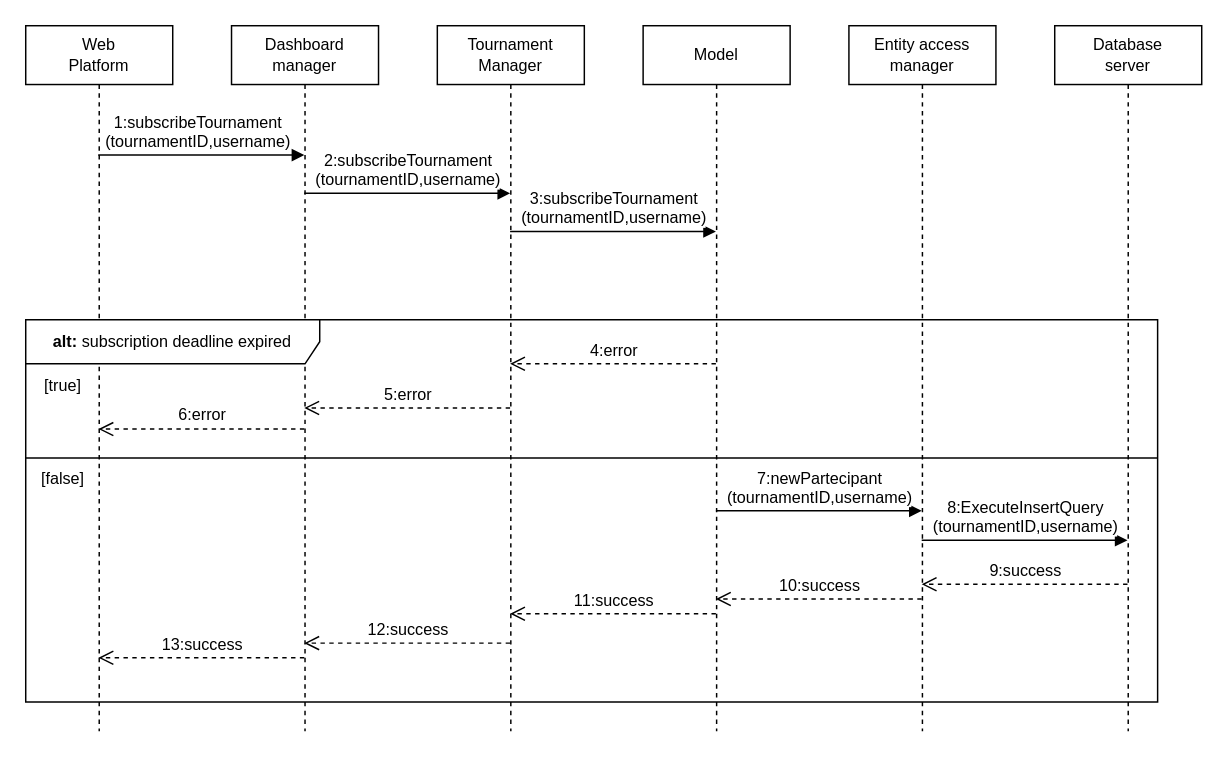
The draw.io diagram page "SubscribeTournament" (9 of 18) of diagrams/Runtime diagrams/RuntimeDiagrams.drawio in mttcrn/software-engineering-II-project, before the edit. Source tidied: cells renumbered, new cells numbered last; positions are measured from the earlier drawing's top-left corner, leaving out a move shared by most shapes. Both pictures are drawn from the tidied source at 147%, with x=0, y=0 at pixel (25, 25).
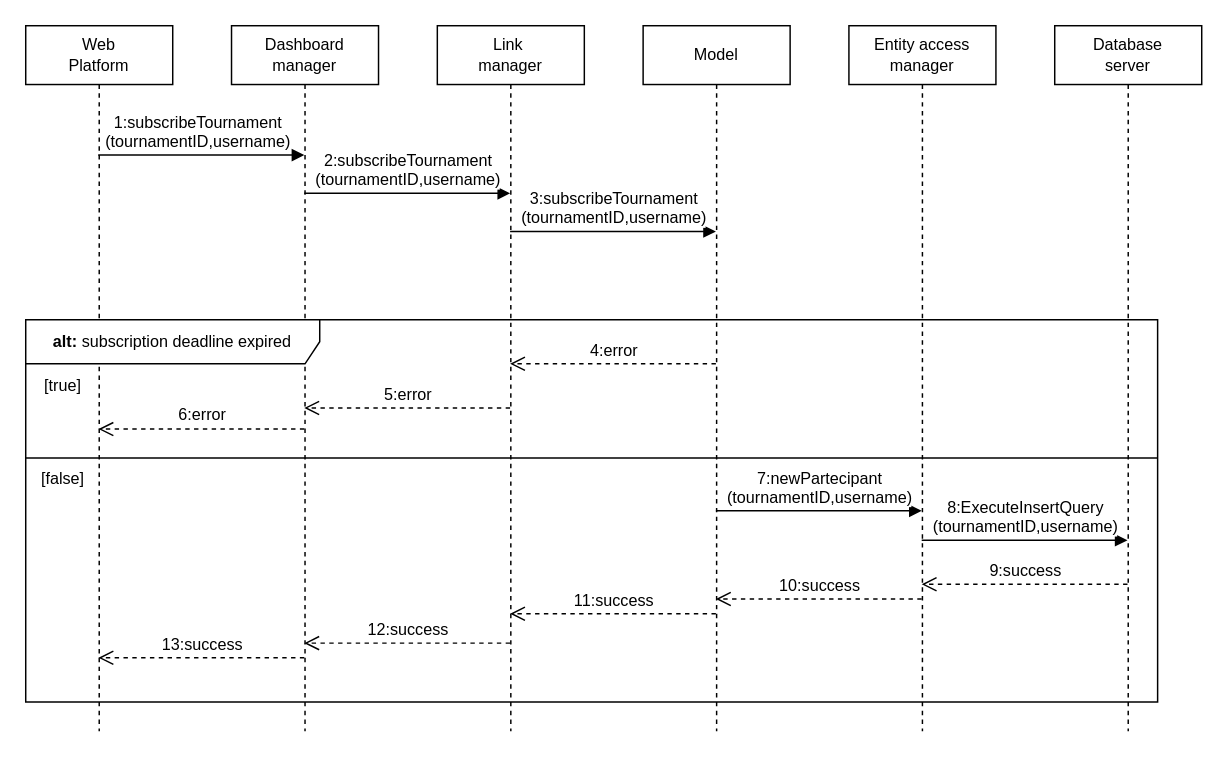
Above is the later version.

Diff of the diagram source:
```diff
@@
-    <mxCell id="6" value="Tournament&lt;br style=&quot;font-size: 11px;&quot;&gt;Manager" style="shape=umlLifeline;perimeter=lifelinePerimeter;whiteSpace=wrap;html=1;outlineConnect=0;portConstraint=eastwest;newEdgeStyle={&quot;curved&quot;:0,&quot;rounded&quot;:0};fontSize=11;" parent="1" vertex="1">
+    <mxCell id="6" value="Link&amp;nbsp;&lt;br&gt;manager" style="shape=umlLifeline;perimeter=lifelinePerimeter;whiteSpace=wrap;html=1;outlineConnect=0;portConstraint=eastwest;newEdgeStyle={&quot;curved&quot;:0,&quot;rounded&quot;:0};fontSize=11;" parent="1" vertex="1">
       <mxGeometry x="280" width="100" height="480" as="geometry" />
     </mxCell>
```
